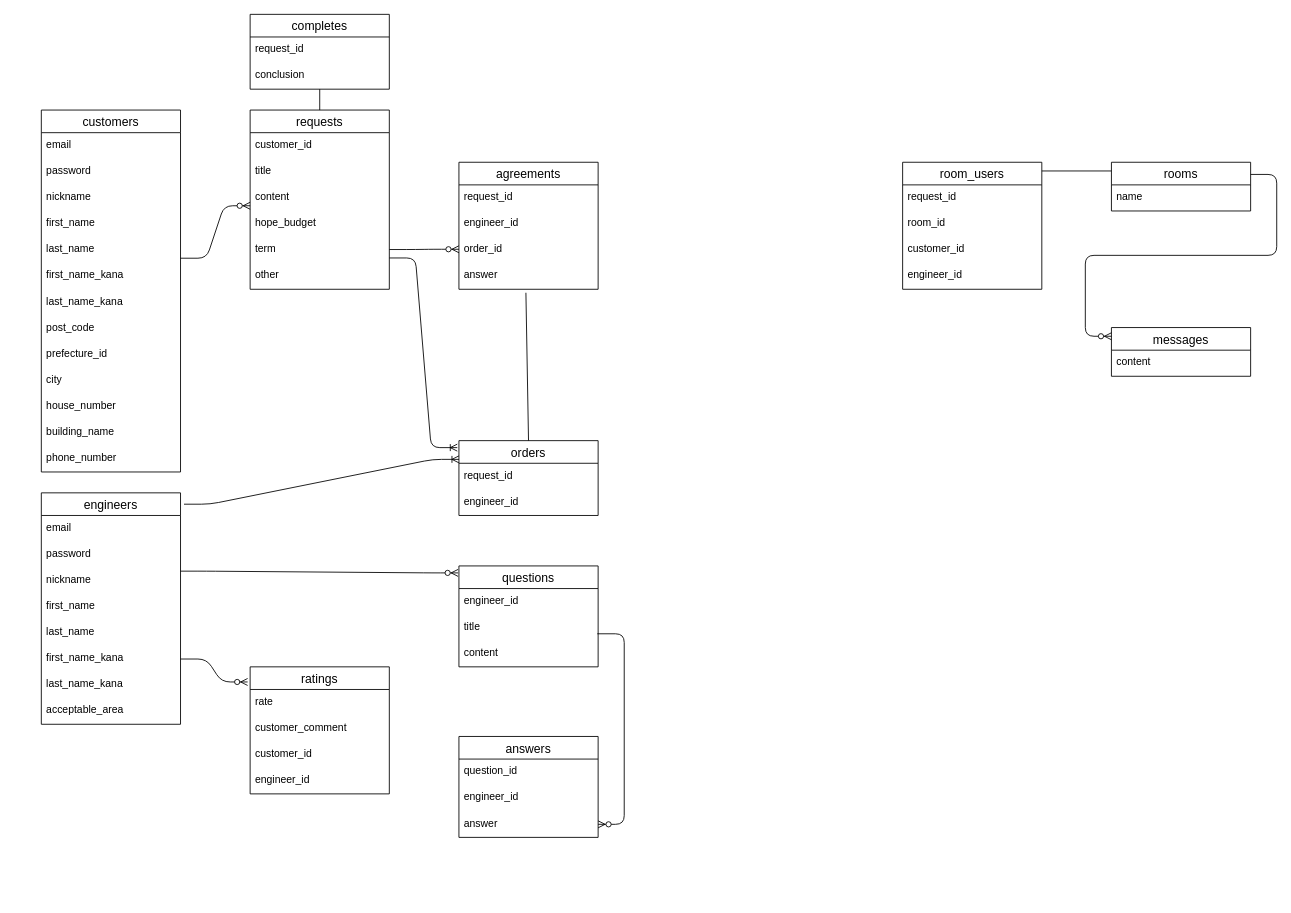
The draw.io diagram er.dio in ikun2019/exece_bridge, before the edit. Source tidied: cells renumbered, new cells numbered last; positions are measured from the earlier drawing's top-left corner, leaving out a move shared by most shapes. Both pictures are drawn from the tidied source at 87%, with x=0, y=0 at pixel (41, 14).
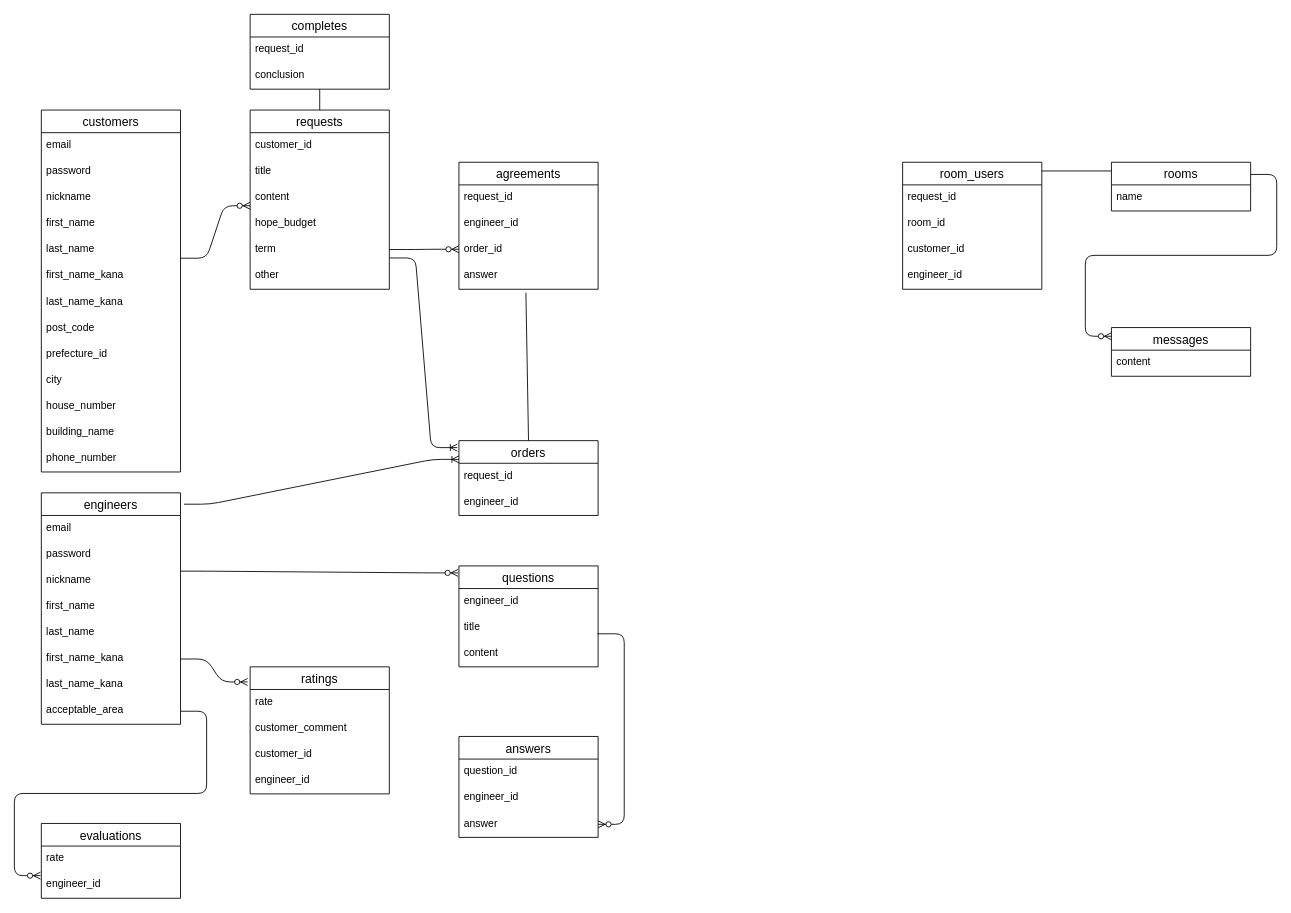
Above is the later version.

Commit message (it also covers changes not shown here):
ER図とReadMeの作成

The change refers to these unchanged cells:
```xml
<mxCell id="24" value="acceptable_area" style="text;strokeColor=none;fillColor=none;spacingLeft=4;spacingRight=4;overflow=hidden;points=[[0,0.5],[1,0.5]];portConstraint=eastwest;fontSize=12;" parent="16" vertex="1">
  <mxGeometry y="236" width="160" height="30" as="geometry" />
</mxCell>
```

The edit, as a diff of the source:
```diff
@@
+    <mxCell id="76" value="evaluations" style="swimlane;fontStyle=0;horizontal=1;startSize=26;align=center;fontSize=14;" parent="1" vertex="1">
+      <mxGeometry y="930" width="160" height="86" as="geometry" />
+    </mxCell>
+    <mxCell id="77" value="rate" style="text;strokeColor=none;fillColor=none;spacingLeft=4;spacingRight=4;overflow=hidden;fontSize=12;" parent="76" vertex="1">
+      <mxGeometry y="26" width="160" height="30" as="geometry" />
+    </mxCell>
+    <mxCell id="78" value="engineer_id" style="text;strokeColor=none;fillColor=none;spacingLeft=4;spacingRight=4;overflow=hidden;fontSize=12;" parent="76" vertex="1">
+      <mxGeometry y="56" width="160" height="30" as="geometry" />
+    </mxCell>
+    <mxCell id="79" style="edgeStyle=entityRelationEdgeStyle;fontSize=12;html=1;endArrow=ERzeroToMany;endFill=1;exitX=1;exitY=0.5;exitDx=0;exitDy=0;" parent="1" edge="1" source="24">
+      <mxGeometry relative="1" as="geometry">
+        <mxPoint x="-1" y="990" as="targetPoint" />
+      </mxGeometry>
+    </mxCell>
```
